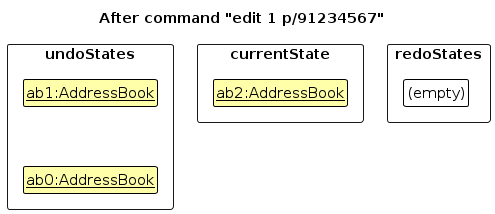
The PlantUML diagram diagrams/UndoRedoState2.png in AY2627S1-CS2103T-F15-3/tp, before a commit. Its source is kept beside it as diagrams/UndoRedoState2.puml.
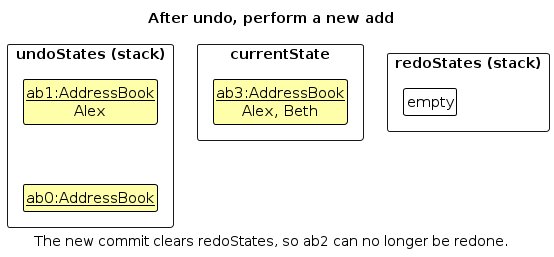
Above is the later version.

What changed in the source:
```diff
@@ -4,22 +4,24 @@
 skinparam ClassBorderColor #000000
 skinparam ClassBackgroundColor #FFFFAA
 
-title After command "edit 1 p/91234567"
+title After undo, perform a new add
 
-package "undoStates" <<rectangle>> {
-    class U0 as "<u>ab1:AddressBook</u>"
+package "undoStates (stack)" <<rectangle>> {
+    class U0 as "<u>ab1:AddressBook</u>\nAlex"
     class U1 as "<u>ab0:AddressBook</u>"
 }
 
 package "currentState" <<rectangle>> {
-    class C as "<u>ab2:AddressBook</u>"
+    class C as "<u>ab3:AddressBook</u>\nAlex, Beth"
 }
 
-package "redoStates" <<rectangle>> {
-    class RE as "(empty)" #FFFFFF
+package "redoStates (stack)" <<rectangle>> {
+    class RE as "empty" #FFFFFF
 }
 
 U0 -[hidden]down-> U1
 U0 -[hidden]right-> C
 C -[hidden]right-> RE
+
+caption The new commit clears redoStates, so ab2 can no longer be redone.
 @enduml
```
